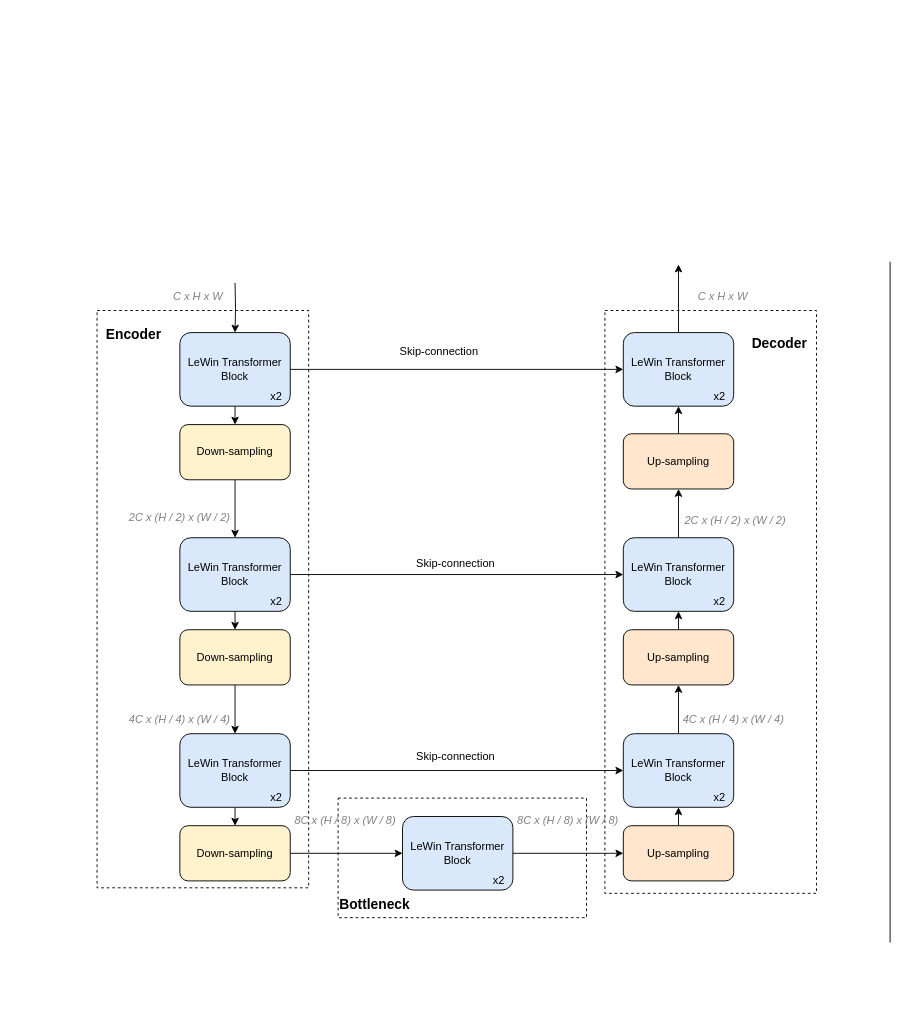
Above: MTRNet.drawio in user815886724/Drawio (draw.io), before the change. Source tidied: cells renumbered, new cells numbered last; positions are measured from the earlier drawing's top-left corner, leaving out a move shared by most shapes. Both pictures are drawn from the tidied source at 92%, with x=0, y=0 at pixel (97, 261).
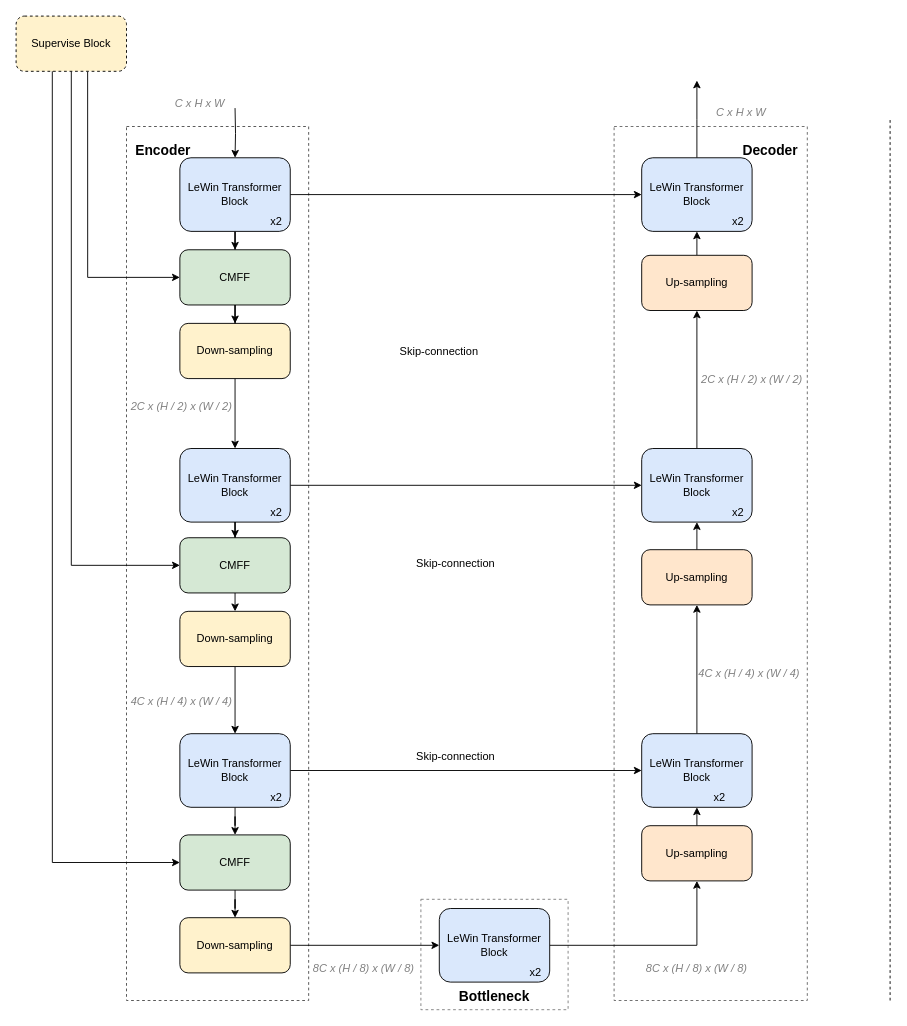
After the change.

The change refers to these unchanged cells:
```xml
<mxCell id="16" value="LeWin Transformer Block" style="rounded=1;whiteSpace=wrap;html=1;fillColor=#dae8fc;strokeColor=default;shadow=0;glass=0;sketch=0;labelBackgroundColor=none;fontColor=default;" parent="1" vertex="1">
  <mxGeometry x="90" y="513" width="120" height="80" as="geometry" />
</mxCell>
```

Change to the diagram source:
```diff
@@
-    <mxCell id="2" style="rounded=0;whiteSpace=wrap;html=1;shadow=0;glass=0;labelBackgroundColor=none;sketch=0;fontColor=default;strokeColor=default;fillColor=none;dashed=1;" parent="1" vertex="1">
-      <mxGeometry y="53" width="230" height="627.5" as="geometry" />
+    <mxCell id="2" style="rounded=0;whiteSpace=wrap;html=1;shadow=0;glass=0;labelBackgroundColor=none;sketch=0;fontColor=default;strokeColor=#4D4D4D;fillColor=none;dashed=1;" parent="1" vertex="1">
+      <mxGeometry x="32" y="-147" width="198" height="950" as="geometry" />
     </mxCell>
-    <mxCell id="3" style="rounded=0;whiteSpace=wrap;html=1;shadow=0;glass=0;labelBackgroundColor=none;sketch=0;fontColor=default;strokeColor=default;fillColor=none;dashed=1;" parent="1" vertex="1">
-      <mxGeometry x="262" y="583" width="270" height="130" as="geometry" />
+    <mxCell id="3" style="rounded=0;whiteSpace=wrap;html=1;shadow=0;glass=0;labelBackgroundColor=none;sketch=0;fontColor=default;strokeColor=#808080;fillColor=none;dashed=1;" parent="1" vertex="1">
+      <mxGeometry x="352" y="693" width="160" height="120" as="geometry" />
     </mxCell>
-    <mxCell id="4" style="rounded=0;whiteSpace=wrap;html=1;shadow=0;glass=0;labelBackgroundColor=none;sketch=0;fontColor=default;strokeColor=default;fillColor=none;dashed=1;" parent="1" vertex="1">
-      <mxGeometry x="552" y="53" width="230" height="633.5" as="geometry" />
+    <mxCell id="4" style="rounded=0;whiteSpace=wrap;html=1;shadow=0;glass=0;labelBackgroundColor=none;sketch=0;fontColor=default;strokeColor=#666666;fillColor=none;dashed=1;" parent="1" vertex="1">
+      <mxGeometry x="562" y="-147" width="210" height="950" as="geometry" />
     </mxCell>
     <mxCell id="5" style="edgeStyle=orthogonalEdgeStyle;rounded=0;jettySize=auto;html=1;fontColor=default;strokeColor=default;labelBackgroundColor=default;" parent="1" edge="1" target="8">
       <mxGeometry relative="1" as="geometry">
-        <mxPoint x="150" y="23" as="sourcePoint" />
+        <mxPoint x="150" y="-167" as="sourcePoint" />
       </mxGeometry>
     </mxCell>
-    <mxCell id="6" style="edgeStyle=orthogonalEdgeStyle;rounded=0;jettySize=auto;html=1;exitX=0.5;exitY=1;exitDx=0;exitDy=0;entryX=0.5;entryY=0;entryDx=0;entryDy=0;labelBackgroundColor=default;fontColor=default;strokeColor=default;" parent="1" edge="1" source="8" target="19">
-      <mxGeometry relative="1" as="geometry" />
-    </mxCell>
@@
+    <mxCell id="57" style="edgeStyle=orthogonalEdgeStyle;rounded=0;jettySize=auto;html=1;" parent="1" edge="1" source="8" target="62">
+      <mxGeometry relative="1" as="geometry" />
+    </mxCell>
     <mxCell id="8" value="LeWin Transformer Block" style="rounded=1;whiteSpace=wrap;html=1;fillColor=#dae8fc;strokeColor=#000000;shadow=0;glass=0;sketch=0;labelBackgroundColor=none;fontColor=default;" parent="1" vertex="1">
-      <mxGeometry x="90" y="77" width="120" height="80" as="geometry" />
+      <mxGeometry x="90" y="-113" width="120" height="80" as="geometry" />
     </mxCell>
     <mxCell id="9" value="x2" style="text;html=1;strokeColor=none;fillColor=none;align=center;verticalAlign=middle;whiteSpace=wrap;rounded=0;shadow=0;glass=0;sketch=0;fontColor=default;labelBackgroundColor=none;" parent="1" vertex="1">
-      <mxGeometry x="180" y="137" width="30" height="20" as="geometry" />
+      <mxGeometry x="180" y="-53" width="30" height="20" as="geometry" />
     </mxCell>
-    <mxCell id="10" style="edgeStyle=orthogonalEdgeStyle;rounded=0;jettySize=auto;html=1;exitX=0.5;exitY=1;exitDx=0;exitDy=0;entryX=0.5;entryY=0;entryDx=0;entryDy=0;labelBackgroundColor=default;fontColor=default;strokeColor=default;" parent="1" edge="1" source="12" target="21">
-      <mxGeometry relative="1" as="geometry" />
-    </mxCell>
@@
-    <mxCell id="12" value="LeWin Transformer Block" style="rounded=1;whiteSpace=wrap;html=1;fillColor=#dae8fc;strokeColor=#000000;shadow=0;glass=0;sketch=0;labelBackgroundColor=none;fontColor=default;" parent="1" vertex="1">
-      <mxGeometry x="90" y="300" width="120" height="80" as="geometry" />
-    </mxCell>
-    <mxCell id="13" value="x2" style="text;html=1;strokeColor=none;fillColor=none;align=center;verticalAlign=middle;whiteSpace=wrap;rounded=0;shadow=0;glass=0;sketch=0;fontColor=default;labelBackgroundColor=none;" parent="1" vertex="1">
-      <mxGeometry x="180" y="360" width="30" height="20" as="geometry" />
-    </mxCell>
-    <mxCell id="14" style="edgeStyle=orthogonalEdgeStyle;rounded=0;jettySize=auto;html=1;exitX=0.5;exitY=1;exitDx=0;exitDy=0;entryX=0.5;entryY=0;entryDx=0;entryDy=0;labelBackgroundColor=default;fontColor=default;strokeColor=default;" parent="1" edge="1" source="16" target="23">
-      <mxGeometry relative="1" as="geometry" />
-    </mxCell>
+    <mxCell id="58" style="edgeStyle=orthogonalEdgeStyle;rounded=0;jettySize=auto;html=1;" parent="1" edge="1" source="12" target="65">
+      <mxGeometry relative="1" as="geometry" />
+    </mxCell>
@@
+    <mxCell id="59" style="edgeStyle=orthogonalEdgeStyle;rounded=0;jettySize=auto;html=1;" parent="1" edge="1" source="16" target="70">
+      <mxGeometry relative="1" as="geometry" />
+    </mxCell>
@@
     <mxCell id="19" value="Down-sampling" style="rounded=1;whiteSpace=wrap;html=1;shadow=0;glass=0;labelBackgroundColor=none;sketch=0;strokeColor=#000000;fillColor=#fff2cc;fontColor=default;" parent="1" vertex="1">
-      <mxGeometry x="90" y="177" width="120" height="60" as="geometry" />
+      <mxGeometry x="90" y="67" width="120" height="60" as="geometry" />
     </mxCell>
@@
     <mxCell id="21" value="Down-sampling" style="rounded=1;whiteSpace=wrap;html=1;shadow=0;glass=0;labelBackgroundColor=none;sketch=0;strokeColor=#000000;fillColor=#fff2cc;fontColor=default;" parent="1" vertex="1">
-      <mxGeometry x="90" y="400" width="120" height="60" as="geometry" />
+      <mxGeometry x="90" y="380" width="120" height="60" as="geometry" />
     </mxCell>
@@
     <mxCell id="23" value="Down-sampling" style="rounded=1;whiteSpace=wrap;html=1;shadow=0;glass=0;labelBackgroundColor=none;sketch=0;strokeColor=#000000;fillColor=#fff2cc;fontColor=default;" parent="1" vertex="1">
-      <mxGeometry x="90" y="613" width="120" height="60" as="geometry" />
+      <mxGeometry x="90" y="713" width="120" height="60" as="geometry" />
     </mxCell>
     <mxCell id="24" value="&lt;i&gt;&lt;font&gt;C x H x W&lt;/font&gt;&lt;/i&gt;" style="text;html=1;strokeColor=none;fillColor=none;align=center;verticalAlign=middle;whiteSpace=wrap;rounded=0;shadow=0;glass=0;labelBackgroundColor=none;sketch=0;fontColor=#808080;" parent="1" vertex="1">
-      <mxGeometry x="80" y="23" width="60" height="30" as="geometry" />
+      <mxGeometry x="82" y="-187" width="60" height="30" as="geometry" />
     </mxCell>
@@
     <mxCell id="26" value="LeWin Transformer Block" style="rounded=1;whiteSpace=wrap;html=1;fillColor=#dae8fc;strokeColor=default;shadow=0;glass=0;sketch=0;labelBackgroundColor=none;fontColor=default;" parent="1" vertex="1">
-      <mxGeometry x="332" y="603" width="120" height="80" as="geometry" />
+      <mxGeometry x="372" y="703" width="120" height="80" as="geometry" />
     </mxCell>
     <mxCell id="27" value="x2" style="text;html=1;strokeColor=none;fillColor=none;align=center;verticalAlign=middle;whiteSpace=wrap;rounded=0;shadow=0;glass=0;sketch=0;fontColor=default;labelBackgroundColor=none;" parent="1" vertex="1">
-      <mxGeometry x="422" y="663" width="30" height="20" as="geometry" />
+      <mxGeometry x="462" y="763" width="30" height="20" as="geometry" />
     </mxCell>
@@
     <mxCell id="29" value="Up-sampling" style="rounded=1;whiteSpace=wrap;html=1;shadow=0;glass=0;labelBackgroundColor=none;sketch=0;strokeColor=#000000;fillColor=#ffe6cc;fontColor=default;" parent="1" vertex="1">
-      <mxGeometry x="572" y="613" width="120" height="60" as="geometry" />
+      <mxGeometry x="592" y="613" width="120" height="60" as="geometry" />
     </mxCell>
@@
     <mxCell id="31" value="LeWin Transformer Block" style="rounded=1;whiteSpace=wrap;html=1;fillColor=#dae8fc;strokeColor=default;shadow=0;glass=0;sketch=0;labelBackgroundColor=none;fontColor=default;" parent="1" vertex="1">
-      <mxGeometry x="572" y="513" width="120" height="80" as="geometry" />
+      <mxGeometry x="592" y="513" width="120" height="80" as="geometry" />
     </mxCell>
@@
     <mxCell id="34" value="LeWin Transformer Block" style="rounded=1;whiteSpace=wrap;html=1;fillColor=#dae8fc;strokeColor=default;shadow=0;glass=0;sketch=0;labelBackgroundColor=none;fontColor=default;" parent="1" vertex="1">
-      <mxGeometry x="572" y="300" width="120" height="80" as="geometry" />
+      <mxGeometry x="592" y="203" width="120" height="80" as="geometry" />
     </mxCell>
     <mxCell id="35" value="x2" style="text;html=1;strokeColor=none;fillColor=none;align=center;verticalAlign=middle;whiteSpace=wrap;rounded=0;shadow=0;glass=0;sketch=0;fontColor=default;labelBackgroundColor=none;" parent="1" vertex="1">
-      <mxGeometry x="662" y="360" width="30" height="20" as="geometry" />
+      <mxGeometry x="682" y="263" width="30" height="20" as="geometry" />
     </mxCell>
     <mxCell id="36" style="edgeStyle=orthogonalEdgeStyle;rounded=0;jettySize=auto;html=1;exitX=0.5;exitY=0;exitDx=0;exitDy=0;labelBackgroundColor=default;fontColor=default;startArrow=none;startFill=0;endArrow=classic;endFill=1;strokeColor=default;" parent="1" edge="1" source="37">
       <mxGeometry relative="1" as="geometry">
-        <mxPoint x="632" y="3" as="targetPoint" />
+        <mxPoint x="652" y="-197" as="targetPoint" />
       </mxGeometry>
     </mxCell>
     <mxCell id="37" value="LeWin Transformer Block" style="rounded=1;whiteSpace=wrap;html=1;fillColor=#dae8fc;strokeColor=default;shadow=0;glass=0;sketch=0;labelBackgroundColor=none;fontColor=default;" parent="1" vertex="1">
-      <mxGeometry x="572" y="77" width="120" height="80" as="geometry" />
+      <mxGeometry x="592" y="-113" width="120" height="80" as="geometry" />
     </mxCell>
     <mxCell id="38" value="x2" style="text;html=1;strokeColor=none;fillColor=none;align=center;verticalAlign=middle;whiteSpace=wrap;rounded=0;shadow=0;glass=0;sketch=0;fontColor=default;labelBackgroundColor=none;" parent="1" vertex="1">
-      <mxGeometry x="662" y="137" width="30" height="20" as="geometry" />
+      <mxGeometry x="682" y="-53" width="30" height="20" as="geometry" />
     </mxCell>
@@
     <mxCell id="40" value="Up-sampling" style="rounded=1;whiteSpace=wrap;html=1;shadow=0;glass=0;labelBackgroundColor=none;sketch=0;strokeColor=#000000;fillColor=#ffe6cc;fontColor=default;" parent="1" vertex="1">
-      <mxGeometry x="572" y="400" width="120" height="60" as="geometry" />
+      <mxGeometry x="592" y="313" width="120" height="60" as="geometry" />
     </mxCell>
@@
     <mxCell id="42" value="Up-sampling" style="rounded=1;whiteSpace=wrap;html=1;shadow=0;glass=0;labelBackgroundColor=none;sketch=0;strokeColor=#000000;fillColor=#ffe6cc;fontColor=default;" parent="1" vertex="1">
-      <mxGeometry x="572" y="187" width="120" height="60" as="geometry" />
+      <mxGeometry x="592" y="-7" width="120" height="60" as="geometry" />
     </mxCell>
     <mxCell id="43" value="&lt;b&gt;&lt;font style=&quot;font-size: 15px&quot;&gt;Encoder&lt;/font&gt;&lt;/b&gt;" style="text;html=1;strokeColor=none;fillColor=none;align=center;verticalAlign=middle;whiteSpace=wrap;rounded=0;shadow=0;glass=0;dashed=1;labelBackgroundColor=none;sketch=0;fontColor=default;" parent="1" vertex="1">
-      <mxGeometry y="53" width="80" height="50" as="geometry" />
+      <mxGeometry x="32" y="-147" width="80" height="50" as="geometry" />
     </mxCell>
     <mxCell id="44" value="&lt;b&gt;&lt;font style=&quot;font-size: 15px&quot;&gt;Decoder&lt;/font&gt;&lt;/b&gt;" style="text;html=1;strokeColor=none;fillColor=none;align=center;verticalAlign=middle;whiteSpace=wrap;rounded=0;shadow=0;glass=0;dashed=1;labelBackgroundColor=none;sketch=0;fontColor=default;" parent="1" vertex="1">
-      <mxGeometry x="702" y="63" width="80" height="50" as="geometry" />
+      <mxGeometry x="692" y="-147" width="80" height="50" as="geometry" />
     </mxCell>
     <mxCell id="45" value="&lt;span style=&quot;font-size: 15px&quot;&gt;&lt;b&gt;Bottleneck&lt;/b&gt;&lt;/span&gt;" style="text;html=1;strokeColor=none;fillColor=none;align=center;verticalAlign=middle;whiteSpace=wrap;rounded=0;shadow=0;glass=0;dashed=1;labelBackgroundColor=none;sketch=0;fontColor=default;" parent="1" vertex="1">
-      <mxGeometry x="262" y="673" width="80" height="50" as="geometry" />
+      <mxGeometry x="392" y="783" width="80" height="30" as="geometry" />
     </mxCell>
     <mxCell id="46" value="&lt;i&gt;&lt;font&gt;2C x (H / 2) x (W / 2)&lt;/font&gt;&lt;/i&gt;" style="text;html=1;strokeColor=none;fillColor=none;align=center;verticalAlign=middle;whiteSpace=wrap;rounded=0;shadow=0;glass=0;labelBackgroundColor=none;sketch=0;fontColor=#808080;" parent="1" vertex="1">
-      <mxGeometry x="30" y="263" width="120" height="30" as="geometry" />
+      <mxGeometry x="32" y="143" width="120" height="30" as="geometry" />
     </mxCell>
     <mxCell id="47" value="&lt;i&gt;&lt;font&gt;4C x (H / 4) x (W / 4)&lt;/font&gt;&lt;/i&gt;" style="text;html=1;strokeColor=none;fillColor=none;align=center;verticalAlign=middle;whiteSpace=wrap;rounded=0;shadow=0;glass=0;labelBackgroundColor=none;sketch=0;fontColor=#808080;" parent="1" vertex="1">
-      <mxGeometry x="30" y="483" width="120" height="30" as="geometry" />
+      <mxGeometry x="32" y="463" width="120" height="30" as="geometry" />
     </mxCell>
     <mxCell id="48" value="&lt;i&gt;&lt;font&gt;8C x (H / 8) x (W / 8)&lt;/font&gt;&lt;/i&gt;" style="text;html=1;strokeColor=none;fillColor=none;align=center;verticalAlign=middle;whiteSpace=wrap;rounded=0;shadow=0;glass=0;labelBackgroundColor=none;sketch=0;fontColor=#808080;" parent="1" vertex="1">
-      <mxGeometry x="210" y="593" width="120" height="30" as="geometry" />
+      <mxGeometry x="230" y="753" width="120" height="30" as="geometry" />
     </mxCell>
-    <mxCell id="49" value="&lt;i&gt;&lt;font&gt;8C x (H / 8) x (W / 8)&lt;/font&gt;&lt;/i&gt;" style="text;html=1;strokeColor=none;fillColor=none;align=center;verticalAlign=middle;whiteSpace=wrap;rounded=0;shadow=0;glass=0;labelBackgroundColor=none;sketch=0;fontColor=#808080;" parent="1" vertex="1">
-      <mxGeometry x="452" y="593" width="120" height="30" as="geometry" />
-    </mxCell>
     <mxCell id="50" value="&lt;i&gt;&lt;font&gt;4C x (H / 4) x (W / 4)&lt;/font&gt;&lt;/i&gt;" style="text;html=1;strokeColor=none;fillColor=none;align=center;verticalAlign=middle;whiteSpace=wrap;rounded=0;shadow=0;glass=0;labelBackgroundColor=none;sketch=0;fontColor=#808080;" parent="1" vertex="1">
-      <mxGeometry x="632" y="483" width="120" height="30" as="geometry" />
+      <mxGeometry x="649" y="433" width="120" height="30" as="geometry" />
     </mxCell>
     <mxCell id="51" value="&lt;i&gt;&lt;font&gt;2C x (H / 2) x (W / 2)&lt;/font&gt;&lt;/i&gt;" style="text;html=1;strokeColor=none;fillColor=none;align=center;verticalAlign=middle;whiteSpace=wrap;rounded=0;shadow=0;glass=0;labelBackgroundColor=none;sketch=0;fontColor=#808080;" parent="1" vertex="1">
-      <mxGeometry x="634" y="267" width="120" height="30" as="geometry" />
+      <mxGeometry x="652" y="113" width="120" height="30" as="geometry" />
     </mxCell>
     <mxCell id="52" value="&lt;i&gt;&lt;font&gt;C x H x W&amp;nbsp;&lt;/font&gt;&lt;/i&gt;" style="text;html=1;strokeColor=none;fillColor=none;align=center;verticalAlign=middle;whiteSpace=wrap;rounded=0;shadow=0;glass=0;labelBackgroundColor=none;sketch=0;fontColor=#808080;" parent="1" vertex="1">
-      <mxGeometry x="622" y="23" width="120" height="30" as="geometry" />
+      <mxGeometry x="642" y="-177" width="120" height="30" as="geometry" />
     </mxCell>
@@
-    <mxCell id="56" style="endArrow=none;html=1;rounded=0;" parent="1" edge="1">
+    <mxCell id="56" style="endArrow=none;dashed=1;html=1;rounded=0;" parent="1" edge="1">
       <mxGeometry relative="1" as="geometry">
-        <mxPoint x="862" y="740" as="sourcePoint" />
-        <mxPoint x="862" as="targetPoint" />
+        <mxPoint x="862" y="803" as="sourcePoint" />
+        <mxPoint x="862" y="-157" as="targetPoint" />
       </mxGeometry>
     </mxCell>
+    <mxCell id="60" style="edgeStyle=orthogonalEdgeStyle;rounded=0;jettySize=auto;html=1;" parent="1" edge="1" source="62" target="19">
+      <mxGeometry relative="1" as="geometry" />
+    </mxCell>
+    <mxCell id="61" style="edgeStyle=orthogonalEdgeStyle;rounded=0;jettySize=auto;html=1;exitX=0;exitY=0.5;exitDx=0;exitDy=0;startArrow=classic;startFill=1;endArrow=none;endFill=0;entryX=0.648;entryY=1.007;entryDx=0;entryDy=0;entryPerimeter=0;" parent="1" edge="1" source="62" target="71">
+      <mxGeometry relative="1" as="geometry" />
+    </mxCell>
+    <mxCell id="62" value="CMFF" style="rounded=1;whiteSpace=wrap;html=1;shadow=0;glass=0;labelBackgroundColor=none;sketch=0;strokeColor=#000000;fillColor=#d5e8d4;" parent="1" vertex="1">
+      <mxGeometry x="90" y="-13" width="120" height="60" as="geometry" />
+    </mxCell>
+    <mxCell id="63" style="edgeStyle=orthogonalEdgeStyle;rounded=0;jettySize=auto;html=1;exitX=0.5;exitY=1;exitDx=0;exitDy=0;entryX=0.5;entryY=0;entryDx=0;entryDy=0;" parent="1" edge="1" source="65" target="21">
+      <mxGeometry relative="1" as="geometry" />
+    </mxCell>
+    <mxCell id="64" style="edgeStyle=orthogonalEdgeStyle;rounded=0;jettySize=auto;html=1;exitX=0;exitY=0.5;exitDx=0;exitDy=0;startArrow=classic;startFill=1;endArrow=none;endFill=0;entryX=0.5;entryY=1;entryDx=0;entryDy=0;" parent="1" edge="1" source="65" target="71">
+      <mxGeometry relative="1" as="geometry" />
+    </mxCell>
+    <mxCell id="65" value="CMFF" style="rounded=1;whiteSpace=wrap;html=1;shadow=0;glass=0;labelBackgroundColor=none;sketch=0;strokeColor=#000000;fillColor=#d5e8d4;" parent="1" vertex="1">
+      <mxGeometry x="90" y="300" width="120" height="60" as="geometry" />
+    </mxCell>
+    <mxCell id="66" style="group;" parent="1" vertex="1">
+      <mxGeometry x="90" y="203" width="120" height="80" as="geometry" />
+    </mxCell>
+    <mxCell id="67" style="group;" parent="66" vertex="1">
+      <mxGeometry width="120" height="80" as="geometry" />
+    </mxCell>
+    <mxCell id="12" value="LeWin Transformer Block" style="rounded=1;whiteSpace=wrap;html=1;fillColor=#dae8fc;strokeColor=#000000;shadow=0;glass=0;sketch=0;labelBackgroundColor=none;fontColor=default;" parent="67" vertex="1">
+      <mxGeometry width="120" height="80" as="geometry" />
+    </mxCell>
+    <mxCell id="13" value="x2" style="text;html=1;strokeColor=none;fillColor=none;align=center;verticalAlign=middle;whiteSpace=wrap;rounded=0;shadow=0;glass=0;sketch=0;fontColor=default;labelBackgroundColor=none;" parent="67" vertex="1">
+      <mxGeometry x="90" y="60" width="30" height="20" as="geometry" />
+    </mxCell>
+    <mxCell id="68" style="edgeStyle=orthogonalEdgeStyle;rounded=0;jettySize=auto;html=1;" parent="1" edge="1" source="70" target="23">
+      <mxGeometry relative="1" as="geometry" />
+    </mxCell>
+    <mxCell id="69" style="edgeStyle=orthogonalEdgeStyle;rounded=0;jettySize=auto;html=1;exitX=0;exitY=0.5;exitDx=0;exitDy=0;startArrow=classic;startFill=1;endArrow=none;endFill=0;entryX=0.328;entryY=0.993;entryDx=0;entryDy=0;entryPerimeter=0;" parent="1" edge="1" source="70" target="71">
+      <mxGeometry relative="1" as="geometry" />
+    </mxCell>
+    <mxCell id="70" value="CMFF" style="rounded=1;whiteSpace=wrap;html=1;shadow=0;glass=0;labelBackgroundColor=none;sketch=0;strokeColor=#000000;fillColor=#d5e8d4;" parent="1" vertex="1">
+      <mxGeometry x="90" y="623" width="120" height="60" as="geometry" />
+    </mxCell>
+    <mxCell id="49" value="&lt;i&gt;&lt;font&gt;8C x (H / 8) x (W / 8)&lt;/font&gt;&lt;/i&gt;" style="text;html=1;strokeColor=none;fillColor=none;align=center;verticalAlign=middle;whiteSpace=wrap;rounded=0;shadow=0;glass=0;labelBackgroundColor=none;sketch=0;fontColor=#808080;" parent="1" vertex="1">
+      <mxGeometry x="592" y="753" width="120" height="30" as="geometry" />
+    </mxCell>
+    <mxCell id="71" value="Supervise Block" style="rounded=1;whiteSpace=wrap;html=1;strokeColor=#000000;fillColor=#FFF2CC;dashed=1;" parent="1" vertex="1">
+      <mxGeometry x="-88" y="-267" width="120" height="60" as="geometry" />
+    </mxCell>
```
